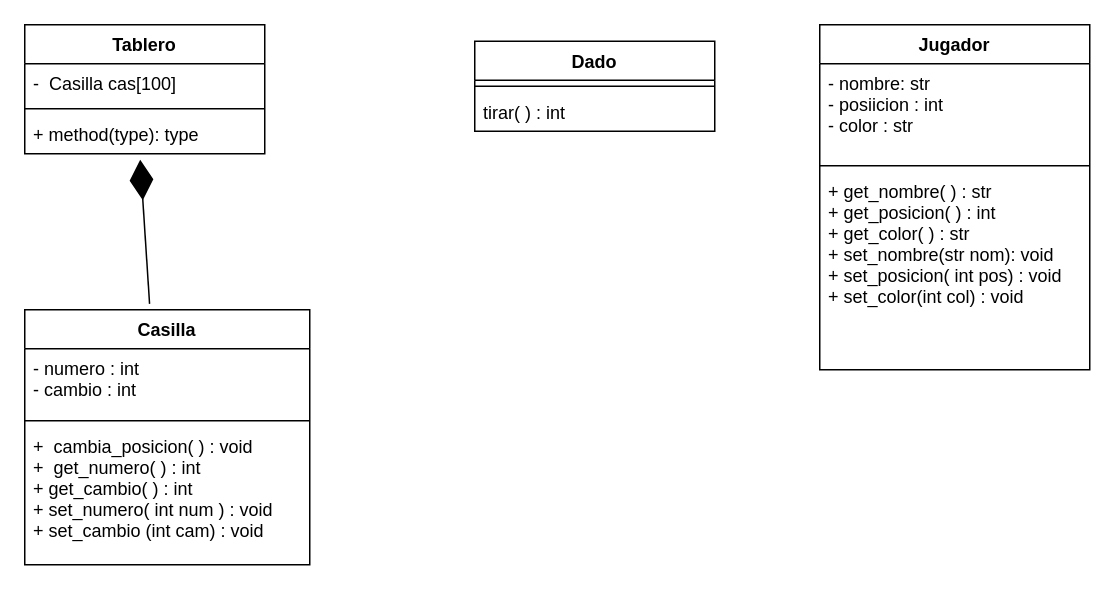
Earlier version of the draw.io diagram Semana3/serpientes.drawio (GruposTEC/FJ22TC1033.201). Source tidied: cells renumbered, new cells numbered last; positions are measured from the earlier drawing's top-left corner, leaving out a move shared by most shapes. Both pictures are drawn from the tidied source at 150%, with x=0, y=0 at pixel (24, 24).
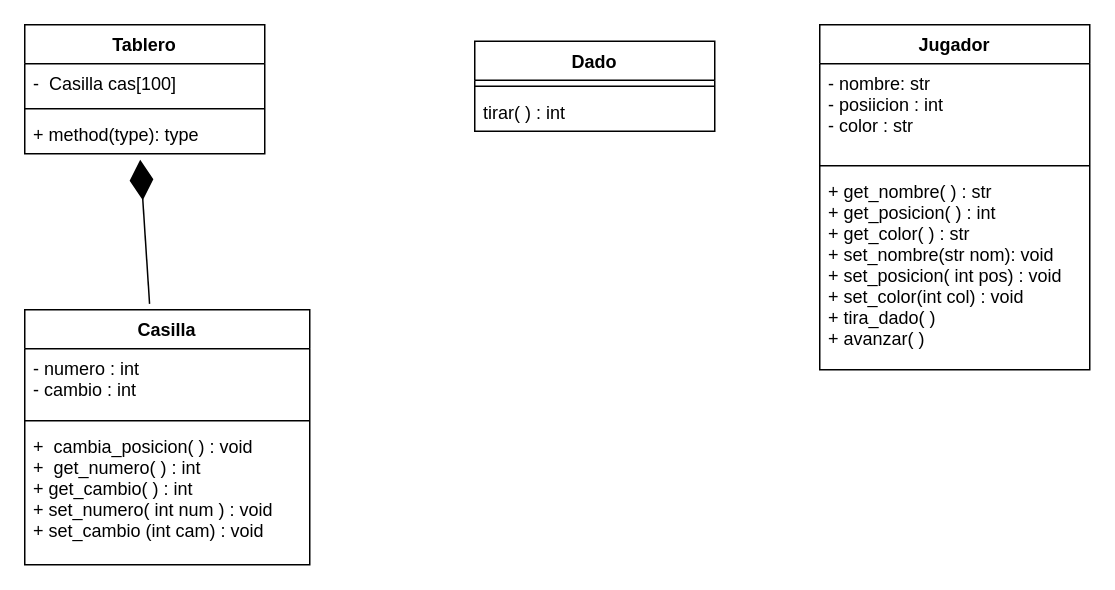
The same page after the edit.

Change to the diagram source:
```diff
@@
 <mxGraphModel>
   <root>
     <mxCell id="0" />
     <mxCell id="1" parent="0" />
     <mxCell id="2" value="Casilla" style="swimlane;fontStyle=1;align=center;verticalAlign=top;horizontal=1;startSize=26;" parent="1" vertex="1">
       <mxGeometry y="190" width="190" height="170" as="geometry" />
     </mxCell>
     <mxCell id="3" value="- numero : int&#10;- cambio : int" style="text;strokeColor=none;fillColor=none;align=left;verticalAlign=top;spacingLeft=4;spacingRight=4;overflow=hidden;" parent="2" vertex="1">
       <mxGeometry y="26" width="190" height="44" as="geometry" />
     </mxCell>
     <mxCell id="4" style="line;strokeWidth=1;fillColor=none;align=left;verticalAlign=middle;spacingTop=-1;spacingLeft=3;spacingRight=3;labelPosition=right;" parent="2" vertex="1">
       <mxGeometry y="70" width="190" height="8" as="geometry" />
     </mxCell>
     <mxCell id="5" value="+  cambia_posicion( ) : void&#10;+  get_numero( ) : int&#10;+ get_cambio( ) : int&#10;+ set_numero( int num ) : void&#10;+ set_cambio (int cam) : void" style="text;strokeColor=none;fillColor=none;align=left;verticalAlign=top;spacingLeft=4;spacingRight=4;overflow=hidden;" parent="2" vertex="1">
       <mxGeometry y="78" width="190" height="92" as="geometry" />
     </mxCell>
     <mxCell id="6" value="Tablero" style="swimlane;fontStyle=1;align=center;verticalAlign=top;horizontal=1;startSize=26;" parent="1" vertex="1">
       <mxGeometry width="160" height="86" as="geometry" />
     </mxCell>
     <mxCell id="7" value="-  Casilla cas[100]" style="text;strokeColor=none;fillColor=none;align=left;verticalAlign=top;spacingLeft=4;spacingRight=4;overflow=hidden;" parent="6" vertex="1">
       <mxGeometry y="26" width="160" height="26" as="geometry" />
     </mxCell>
     <mxCell id="8" style="line;strokeWidth=1;fillColor=none;align=left;verticalAlign=middle;spacingTop=-1;spacingLeft=3;spacingRight=3;labelPosition=right;" parent="6" vertex="1">
       <mxGeometry y="52" width="160" height="8" as="geometry" />
     </mxCell>
     <mxCell id="9" value="+ method(type): type" style="text;strokeColor=none;fillColor=none;align=left;verticalAlign=top;spacingLeft=4;spacingRight=4;overflow=hidden;points=[[0,0.5],[1,0.5]];portConstraint=eastwest;" parent="6" vertex="1">
       <mxGeometry y="60" width="160" height="26" as="geometry" />
     </mxCell>
     <mxCell id="10" style="endArrow=diamondThin;endFill=1;endSize=24;html=1;exitX=0.438;exitY=-0.023;exitDx=0;exitDy=0;exitPerimeter=0;entryX=0.481;entryY=1.154;entryDx=0;entryDy=0;entryPerimeter=0;" parent="1" edge="1" source="2" target="9">
       <mxGeometry relative="1" as="geometry" />
     </mxCell>
     <mxCell id="11" value="Dado" style="swimlane;fontStyle=1;align=center;verticalAlign=top;horizontal=1;startSize=26;" parent="1" vertex="1">
       <mxGeometry x="300" y="11" width="160" height="60" as="geometry" />
     </mxCell>
     <mxCell id="12" style="line;strokeWidth=1;fillColor=none;align=left;verticalAlign=middle;spacingTop=-1;spacingLeft=3;spacingRight=3;labelPosition=right;" parent="11" vertex="1">
       <mxGeometry y="26" width="160" height="8" as="geometry" />
     </mxCell>
     <mxCell id="13" value="tirar( ) : int" style="text;strokeColor=none;fillColor=none;align=left;verticalAlign=top;spacingLeft=4;spacingRight=4;overflow=hidden;" parent="11" vertex="1">
       <mxGeometry y="34" width="160" height="26" as="geometry" />
     </mxCell>
     <mxCell id="14" value="Jugador" style="swimlane;fontStyle=1;align=center;verticalAlign=top;horizontal=1;startSize=26;" parent="1" vertex="1">
       <mxGeometry x="530" width="180" height="230" as="geometry" />
     </mxCell>
     <mxCell id="15" value="- nombre: str&#10;- posiicion : int&#10;- color : str" style="text;strokeColor=none;fillColor=none;align=left;verticalAlign=top;spacingLeft=4;spacingRight=4;overflow=hidden;" parent="14" vertex="1">
       <mxGeometry y="26" width="180" height="64" as="geometry" />
     </mxCell>
     <mxCell id="16" style="line;strokeWidth=1;fillColor=none;align=left;verticalAlign=middle;spacingTop=-1;spacingLeft=3;spacingRight=3;labelPosition=right;" parent="14" vertex="1">
       <mxGeometry y="90" width="180" height="8" as="geometry" />
     </mxCell>
-    <mxCell id="17" value="+ get_nombre( ) : str&#10;+ get_posicion( ) : int&#10;+ get_color( ) : str&#10;+ set_nombre(str nom): void&#10;+ set_posicion( int pos) : void&#10;+ set_color(int col) : void&#10;" style="text;strokeColor=none;fillColor=none;align=left;verticalAlign=top;spacingLeft=4;spacingRight=4;overflow=hidden;" parent="14" vertex="1">
+    <mxCell id="17" value="+ get_nombre( ) : str&#10;+ get_posicion( ) : int&#10;+ get_color( ) : str&#10;+ set_nombre(str nom): void&#10;+ set_posicion( int pos) : void&#10;+ set_color(int col) : void&#10;+ tira_dado( )&#10;+ avanzar( )&#10;" style="text;strokeColor=none;fillColor=none;align=left;verticalAlign=top;spacingLeft=4;spacingRight=4;overflow=hidden;" parent="14" vertex="1">
       <mxGeometry y="98" width="180" height="132" as="geometry" />
     </mxCell>
   </root>
 </mxGraphModel>
```
